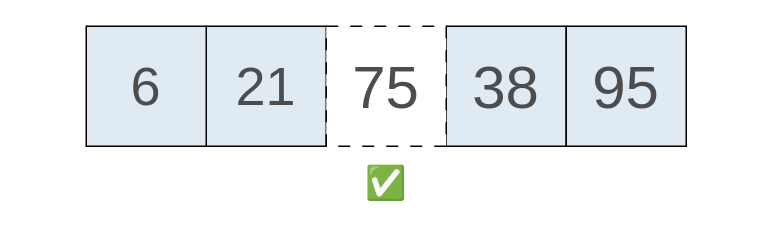
Earlier version of the draw.io diagram page "insercion_correcta" (3 of 8) of teoria/04_estructuras_y_algoritmos/imgs/arreglo_ordenado.drawio (ee-unr/programacion-2). Source tidied: cells renumbered, new cells numbered last; positions are measured from the earlier drawing's top-left corner, leaving out a move shared by most shapes. Both pictures are drawn from the tidied source at 150%, with x=0, y=0 at pixel (26, 26).
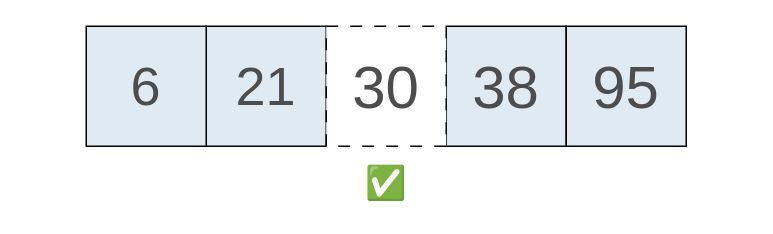
After the change.

What changed in the source:
```diff
@@
 <mxGraphModel>
   <root>
     <mxCell id="0" />
     <mxCell id="1" parent="0" />
     <mxCell id="2" value="&lt;font style=&quot;font-size: 36px;&quot; face=&quot;Cascadia Code&quot; color=&quot;#4d4d4d&quot;&gt;21&lt;/font&gt;" style="rounded=0;whiteSpace=wrap;html=1;strokeWidth=1;fillColor=#DFEAF2;" parent="1" vertex="1">
       <mxGeometry x="120" width="80" height="80" as="geometry" />
     </mxCell>
     <mxCell id="3" value="&lt;span style=&quot;color: rgb(77, 77, 77); font-family: &amp;quot;Cascadia Code&amp;quot;; font-size: 40px;&quot;&gt;38&lt;/span&gt;" style="rounded=0;whiteSpace=wrap;html=1;strokeWidth=1;fillColor=#DFEAF2;" parent="1" vertex="1">
       <mxGeometry x="280" width="80" height="80" as="geometry" />
     </mxCell>
     <mxCell id="4" value="&lt;font face=&quot;Cascadia Code&quot; color=&quot;#4d4d4d&quot;&gt;&lt;span style=&quot;font-size: 40px;&quot;&gt;95&lt;/span&gt;&lt;/font&gt;" style="rounded=0;whiteSpace=wrap;html=1;strokeWidth=1;fillColor=#DFEAF2;" parent="1" vertex="1">
       <mxGeometry x="360" width="80" height="80" as="geometry" />
     </mxCell>
     <mxCell id="5" value="&lt;span style=&quot;color: rgb(77, 77, 77); font-family: &amp;quot;Cascadia Code&amp;quot;;&quot;&gt;&lt;font style=&quot;font-size: 36px;&quot;&gt;6&lt;/font&gt;&lt;/span&gt;" style="rounded=0;whiteSpace=wrap;html=1;strokeWidth=1;fillColor=#DFEAF2;" parent="1" vertex="1">
       <mxGeometry x="40" width="80" height="80" as="geometry" />
     </mxCell>
-    <mxCell id="6" value="&lt;font face=&quot;Cascadia Code&quot; color=&quot;#4d4d4d&quot;&gt;&lt;span style=&quot;font-size: 40px;&quot;&gt;75&lt;/span&gt;&lt;/font&gt;" style="rounded=0;whiteSpace=wrap;html=1;strokeWidth=1;dashed=1;dashPattern=8 8;" parent="1" vertex="1">
+    <mxCell id="6" value="&lt;font face=&quot;Cascadia Code&quot; color=&quot;#4d4d4d&quot;&gt;&lt;span style=&quot;font-size: 40px;&quot;&gt;30&lt;/span&gt;&lt;/font&gt;" style="rounded=0;whiteSpace=wrap;html=1;strokeWidth=1;dashed=1;dashPattern=8 8;" parent="1" vertex="1">
       <mxGeometry x="200" width="80" height="80" as="geometry" />
     </mxCell>
     <mxCell id="7" value="&lt;font style=&quot;font-size: 22px;&quot;&gt;✅&lt;/font&gt;" style="text;html=1;align=center;verticalAlign=middle;whiteSpace=wrap;rounded=0;" parent="1" vertex="1">
       <mxGeometry x="210" y="90" width="60" height="30" as="geometry" />
     </mxCell>
     <mxCell id="8" style="endArrow=none;html=1;rounded=0;strokeColor=none;" parent="1" edge="1">
       <mxGeometry relative="1" as="geometry">
         <mxPoint y="120" as="sourcePoint" />
         <mxPoint x="480" y="120" as="targetPoint" />
       </mxGeometry>
     </mxCell>
   </root>
 </mxGraphModel>
```
